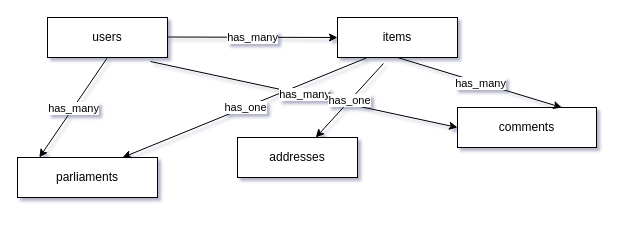
Earlier version of the draw.io diagram test.dio (SC-shunemuk/furima-31722). Source tidied: cells renumbered, new cells numbered last; positions are measured from the earlier drawing's top-left corner, leaving out a move shared by most shapes. Both pictures are drawn from the tidied source at 100%, with x=0, y=0 at pixel (17, 17).
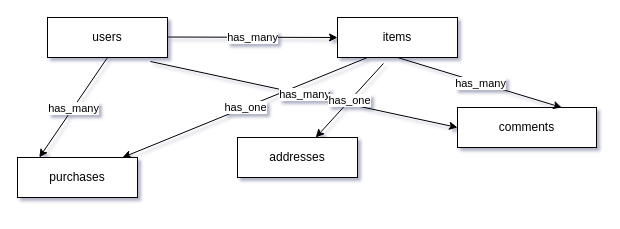
Above is the later version.

Commit message (it also covers changes not shown here):
READMEの修正箇所の訂正

Unchanged cells that the change refers to:
```xml
<mxCell id="2" value="users" style="rounded=0;whiteSpace=wrap;html=1;" parent="1" vertex="1">
  <mxGeometry x="30" width="120" height="40" as="geometry" />
</mxCell>
<mxCell id="3" value="items" style="rounded=0;whiteSpace=wrap;html=1;" parent="1" vertex="1">
  <mxGeometry x="320" width="120" height="40" as="geometry" />
</mxCell>
```

The edit, as a diff of the source:
```diff
@@
-    <mxCell id="4" value="parliaments" style="rounded=0;whiteSpace=wrap;html=1;" parent="1" vertex="1">
-      <mxGeometry y="140" width="140" height="40" as="geometry" />
-    </mxCell>
@@
-    <mxCell id="6" style="endArrow=classic;html=1;exitX=0.25;exitY=1;exitDx=0;exitDy=0;entryX=0.75;entryY=0;entryDx=0;entryDy=0;" parent="1" edge="1" source="3" target="4">
-      <mxGeometry relative="1" as="geometry" />
+    <mxCell id="6" style="endArrow=classic;html=1;exitX=0.25;exitY=1;exitDx=0;exitDy=0;entryX=0.75;entryY=0;entryDx=0;entryDy=0;" parent="1" edge="1" source="3">
+      <mxGeometry relative="1" as="geometry">
+        <mxPoint x="105" y="140" as="targetPoint" />
+      </mxGeometry>
     </mxCell>
@@
-    <mxCell id="9" style="endArrow=classic;html=1;exitX=0.5;exitY=1;exitDx=0;exitDy=0;entryX=0.156;entryY=0;entryDx=0;entryDy=0;entryPerimeter=0;" parent="1" edge="1" source="2" target="4">
-      <mxGeometry relative="1" as="geometry" />
+    <mxCell id="9" style="endArrow=classic;html=1;exitX=0.5;exitY=1;exitDx=0;exitDy=0;entryX=0.156;entryY=0;entryDx=0;entryDy=0;entryPerimeter=0;" parent="1" edge="1" source="2">
+      <mxGeometry relative="1" as="geometry">
+        <mxPoint x="21.8" y="140" as="targetPoint" />
+      </mxGeometry>
     </mxCell>
@@
+    <mxCell id="18" value="purchases" style="rounded=0;whiteSpace=wrap;html=1;" parent="1" vertex="1">
+      <mxGeometry y="140" width="120" height="40" as="geometry" />
+    </mxCell>
```
